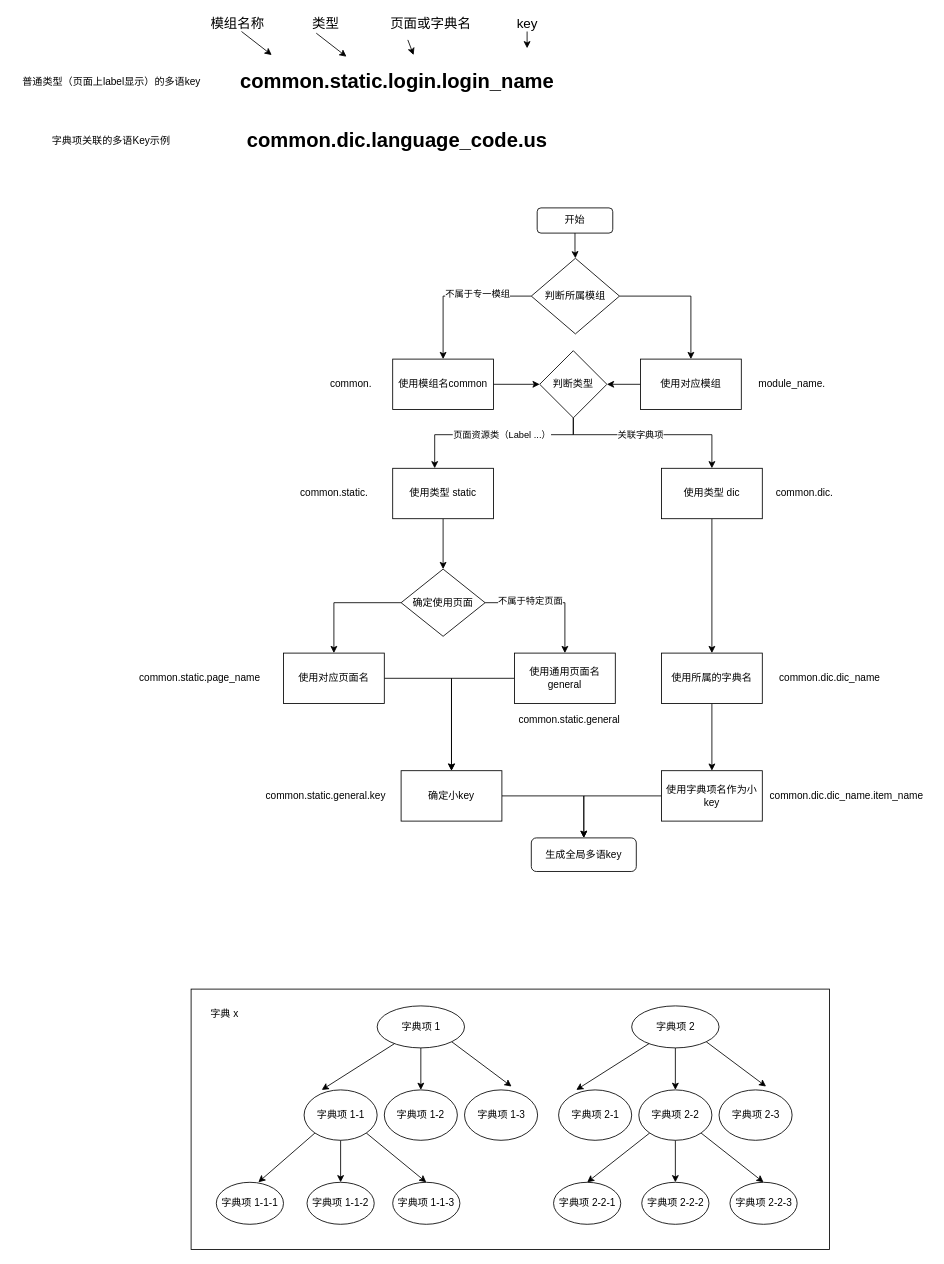
This is Untitled Diagram.drawio from BingKeh/a_sample_website, a draw.io file, before an edit. Source tidied: cells renumbered, new cells numbered last; positions are measured from the earlier drawing's top-left corner, leaving out a move shared by most shapes. Both pictures are drawn from the tidied source at 84%, with x=0, y=0 at pixel (14, 14).
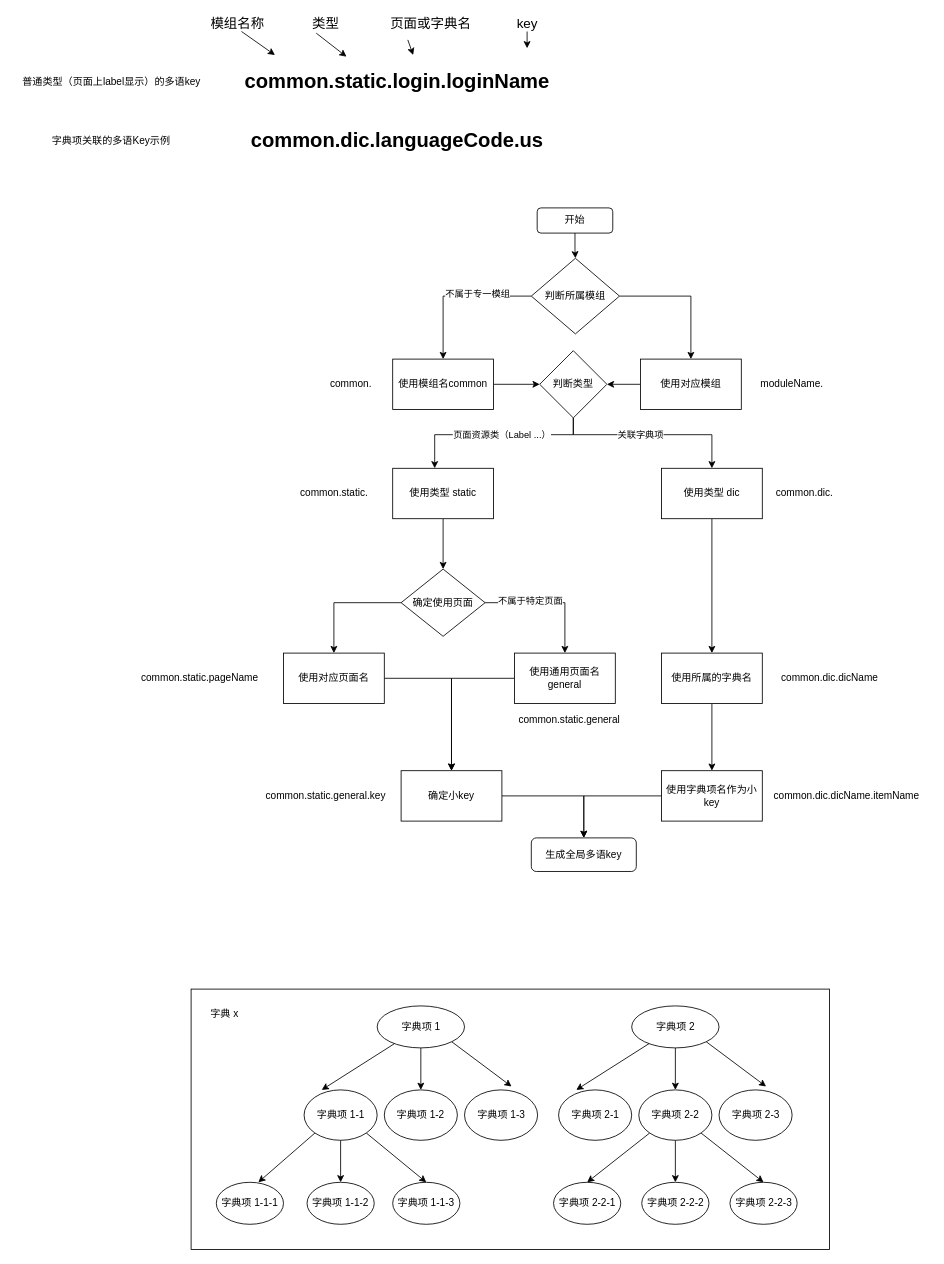
The same page after the edit.

Change to the diagram source:
```diff
@@
-    <mxCell id="2" value="&lt;h3&gt;&lt;font style=&quot;font-size: 24px ; line-height: 120%&quot;&gt;common.static.&lt;/font&gt;&lt;font style=&quot;font-size: 24px ; line-height: 120%&quot;&gt;login.login_name&lt;/font&gt;&lt;/h3&gt;" style="text;html=1;align=center;verticalAlign=middle;points=[];" parent="1" vertex="1">
-      <mxGeometry x="260" y="50" width="390" height="60" as="geometry" />
+    <mxCell id="2" value="&lt;h3&gt;&lt;font style=&quot;font-size: 24px ; line-height: 120%&quot;&gt;common.static.&lt;/font&gt;&lt;font style=&quot;font-size: 24px ; line-height: 120%&quot;&gt;login.loginName&lt;/font&gt;&lt;/h3&gt;" style="text;html=1;align=center;verticalAlign=middle;points=[];" parent="1" vertex="1">
+      <mxGeometry x="265" y="50" width="380" height="60" as="geometry" />
     </mxCell>
-    <mxCell id="3" value="&lt;h3&gt;&lt;font style=&quot;font-size: 24px ; line-height: 120%&quot;&gt;common.dic.language_code.us&lt;/font&gt;&lt;/h3&gt;" style="text;html=1;align=center;verticalAlign=middle;" parent="1" vertex="1">
-      <mxGeometry x="270" y="120" width="370" height="60" as="geometry" />
+    <mxCell id="3" value="&lt;h3&gt;&lt;font style=&quot;font-size: 24px ; line-height: 120%&quot;&gt;common.dic.languageCode.us&lt;/font&gt;&lt;/h3&gt;" style="text;html=1;align=center;verticalAlign=middle;" parent="1" vertex="1">
+      <mxGeometry x="275" y="120" width="360" height="60" as="geometry" />
     </mxCell>
@@
-    <mxCell id="49" value="module_name." style="text;html=1;align=center;verticalAlign=middle;" parent="1" vertex="1">
+    <mxCell id="49" value="moduleName." style="text;html=1;align=center;verticalAlign=middle;" parent="1" vertex="1">
       <mxGeometry x="880" y="430" width="90" height="20" as="geometry" />
     </mxCell>
@@
-    <mxCell id="53" value="common.dic.dic_name" style="text;html=1;align=center;verticalAlign=middle;" parent="1" vertex="1">
-      <mxGeometry x="900" y="780" width="140" height="20" as="geometry" />
+    <mxCell id="53" value="common.dic.dicName" style="text;html=1;align=center;verticalAlign=middle;" parent="1" vertex="1">
+      <mxGeometry x="905" y="780" width="130" height="20" as="geometry" />
     </mxCell>
@@
-    <mxCell id="55" value="common.dic.dic_name.item_name" style="text;html=1;align=center;verticalAlign=middle;" parent="1" vertex="1">
-      <mxGeometry x="890" y="920" width="200" height="20" as="geometry" />
+    <mxCell id="55" value="common.dic.dicName.itemName" style="text;html=1;align=center;verticalAlign=middle;" parent="1" vertex="1">
+      <mxGeometry x="895" y="920" width="190" height="20" as="geometry" />
     </mxCell>
-    <mxCell id="56" value="common.static.page_name" style="text;html=1;align=center;verticalAlign=middle;" parent="1" vertex="1">
-      <mxGeometry x="140" y="780" width="160" height="20" as="geometry" />
+    <mxCell id="56" value="common.static.pageName" style="text;html=1;align=center;verticalAlign=middle;" parent="1" vertex="1">
+      <mxGeometry x="145" y="780" width="150" height="20" as="geometry" />
     </mxCell>
```
